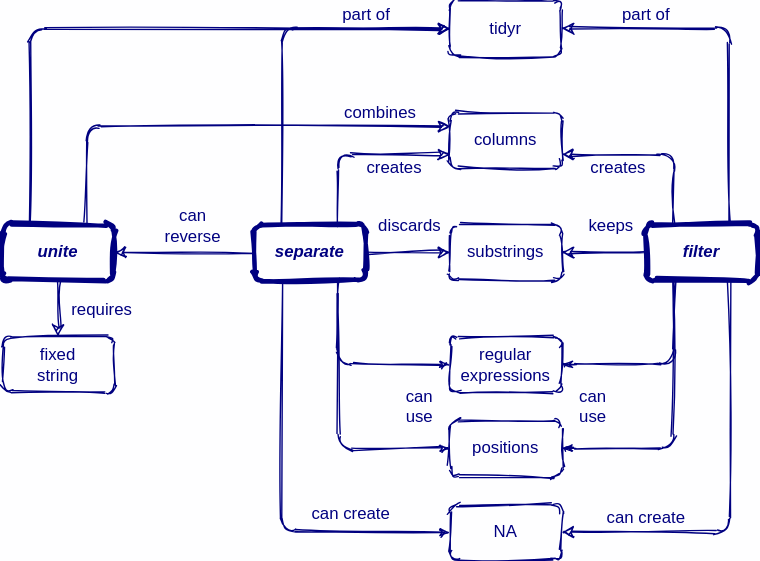
Before: en/separate-extract-unite.svg, a diagram exported from draw.io (rstudio/concept-maps). Source tidied: cells renumbered, new cells last; positions are measured from the earlier drawing's top-left corner, leaving out a move shared by most shapes.
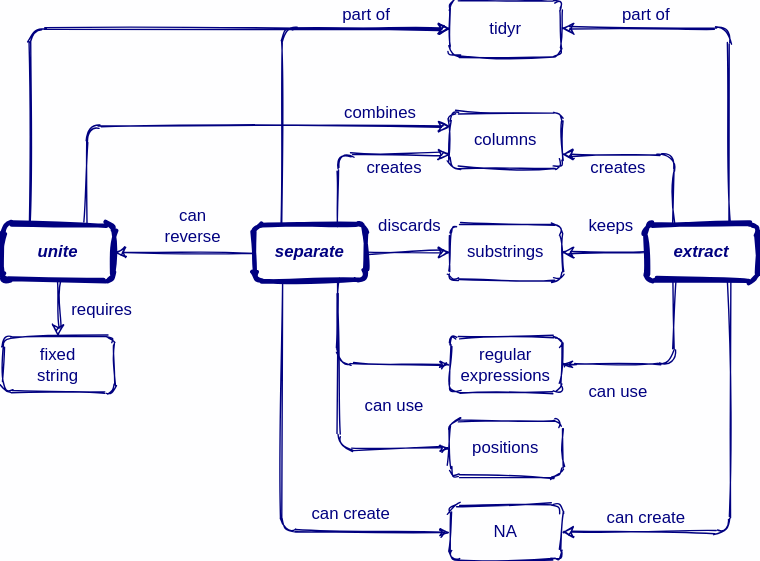
The same file after the commit.

Commit message:
Fixing concept map

What changed in the source:
```diff
@@ -2,15 +2,15 @@
   <root>
     <mxCell id="0" />
     <mxCell id="1" parent="0" />
-    <mxCell id="2" value="can&lt;br&gt;use" style="edgeStyle=none;rounded=1;html=1;labelBackgroundColor=none;startArrow=none;startFill=0;startSize=5;endArrow=classicThin;endFill=1;endSize=5;jettySize=auto;strokeWidth=1;fontFamily=Helvetica;fontSize=12;exitX=0.75;exitY=1;exitDx=0;exitDy=0;entryX=0;entryY=0.5;entryDx=0;entryDy=0;verticalAlign=middle;sketch=1;fontColor=#000080;strokeColor=#000080;" parent="1" edge="1" source="31" target="5">
-      <mxGeometry x="0.69" y="-30" relative="1" as="geometry">
+    <mxCell id="2" value="can use" style="edgeStyle=none;rounded=1;html=1;labelBackgroundColor=none;startArrow=none;startFill=0;startSize=5;endArrow=classicThin;endFill=1;endSize=5;jettySize=auto;strokeWidth=1;fontFamily=Helvetica;fontSize=12;exitX=0.75;exitY=1;exitDx=0;exitDy=0;entryX=0;entryY=0.5;entryDx=0;entryDy=0;verticalAlign=middle;sketch=1;fontColor=#000080;strokeColor=#000080;" parent="1" edge="1" source="31" target="5">
+      <mxGeometry x="0.43" y="-30" relative="1" as="geometry">
         <Array as="points">
           <mxPoint x="240" y="260" />
         </Array>
       </mxGeometry>
     </mxCell>
-    <mxCell id="3" value="can&lt;br&gt;use" style="edgeStyle=none;rounded=1;html=1;labelBackgroundColor=none;startArrow=none;startFill=0;startSize=5;endArrow=classicThin;endFill=1;endSize=5;jettySize=auto;strokeWidth=1;fontFamily=Helvetica;fontSize=12;exitX=0.25;exitY=1;exitDx=0;exitDy=0;entryX=1;entryY=0.5;entryDx=0;entryDy=0;verticalAlign=middle;sketch=1;fontColor=#000080;strokeColor=#000080;" parent="1" edge="1" source="32" target="5">
-      <mxGeometry x="0.69" y="30" relative="1" as="geometry">
+    <mxCell id="3" value="can use" style="edgeStyle=none;rounded=1;html=1;labelBackgroundColor=none;startArrow=none;startFill=0;startSize=5;endArrow=classicThin;endFill=1;endSize=5;jettySize=auto;strokeWidth=1;fontFamily=Helvetica;fontSize=12;exitX=0.25;exitY=1;exitDx=0;exitDy=0;entryX=1;entryY=0.5;entryDx=0;entryDy=0;verticalAlign=middle;sketch=1;fontColor=#000080;strokeColor=#000080;" parent="1" edge="1" source="32" target="5">
+      <mxGeometry x="0.43" y="20" relative="1" as="geometry">
         <Array as="points">
           <mxPoint x="480" y="260" />
           <mxPoint x="400" y="260" />
@@ -51,14 +51,6 @@
         </Array>
       </mxGeometry>
     </mxCell>
-    <mxCell id="11" style="edgeStyle=none;rounded=1;html=1;labelBackgroundColor=none;startArrow=none;startFill=0;startSize=5;endArrow=classicThin;endFill=1;endSize=5;jettySize=auto;strokeWidth=1;fontFamily=Helvetica;fontSize=12;entryX=1;entryY=0.5;entryDx=0;entryDy=0;verticalAlign=middle;exitX=0.25;exitY=1;exitDx=0;exitDy=0;sketch=1;fontColor=#000080;strokeColor=#000080;" parent="1" edge="1" source="32" target="9">
-      <mxGeometry x="0.69" y="30" relative="1" as="geometry">
-        <Array as="points">
-          <mxPoint x="480" y="320" />
-          <mxPoint x="400" y="320" />
-        </Array>
-      </mxGeometry>
-    </mxCell>
     <mxCell id="12" value="NA" style="rounded=1;whiteSpace=wrap;html=1;fontSize=12;fontFamily=Helvetica;fillColor=none;sketch=1;labelBackgroundColor=none;fontColor=#000080;strokeColor=#000080;" parent="1" vertex="1">
       <mxGeometry x="320" y="360" width="80" height="40" as="geometry" />
     </mxCell>
@@ -153,7 +145,7 @@
     <mxCell id="31" value="&lt;i&gt;&lt;b&gt;separate&lt;/b&gt;&lt;/i&gt;" style="rounded=1;whiteSpace=wrap;html=1;fontSize=12;fontFamily=Helvetica;fillColor=none;strokeWidth=3;sketch=1;labelBackgroundColor=none;fontColor=#000080;strokeColor=#000080;" parent="1" vertex="1">
       <mxGeometry x="180" y="160" width="80" height="40" as="geometry" />
     </mxCell>
-    <mxCell id="32" value="&lt;b style=&quot;font-size: 12px&quot;&gt;&lt;i style=&quot;font-size: 12px&quot;&gt;filter&lt;/i&gt;&lt;/b&gt;" style="rounded=1;whiteSpace=wrap;html=1;strokeWidth=3;fontSize=12;fontFamily=Helvetica;fillColor=none;sketch=1;labelBackgroundColor=none;fontColor=#000080;strokeColor=#000080;" parent="1" vertex="1">
+    <mxCell id="32" value="&lt;b style=&quot;font-size: 12px&quot;&gt;&lt;i style=&quot;font-size: 12px&quot;&gt;extract&lt;/i&gt;&lt;/b&gt;" style="rounded=1;whiteSpace=wrap;html=1;strokeWidth=3;fontSize=12;fontFamily=Helvetica;fillColor=none;sketch=1;labelBackgroundColor=none;fontColor=#000080;strokeColor=#000080;" parent="1" vertex="1">
       <mxGeometry x="460" y="160" width="80" height="40" as="geometry" />
     </mxCell>
     <mxCell id="33" value="&lt;i&gt;&lt;b&gt;unite&lt;/b&gt;&lt;/i&gt;" style="rounded=1;whiteSpace=wrap;html=1;fontSize=12;fontFamily=Helvetica;fillColor=none;strokeWidth=3;sketch=1;labelBackgroundColor=none;fontColor=#000080;strokeColor=#000080;" parent="1" vertex="1">
```
